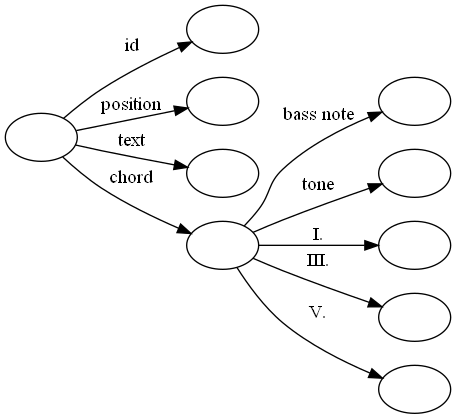
Ancsak01/szakdolgozat keeps this Graphviz diagram as szakdolgozat/images/img_src/rdf_graph_4.png. Above is the earlier version. Its source is kept beside it as szakdolgozat/images/img_src/rdf_graph_4.dot. Source of this version:
```dot
digraph g {
    rankdir=LR
    Segment [label=""]
    ID [label=""]
    Position [label=""]
    Text [label=""]
    Bass_note [label=""]
    Chord [label=""]
    Tone [label=""]
    Deg1 [label=""]
    Deg3 [label=""]
    Deg5 [label=""]
    Segment -> ID [label="id"]
    Segment -> Position [label="position"]
    Segment -> Text [label="text"]
    Segment -> Chord [label="chord"]
    Chord -> Tone [label="tone"]
    Chord -> Deg1 [label="I."]
    Chord -> Deg3 [label="III."]
    Chord -> Deg5 [label="V."]
    Chord -> Bass_note [label="bass note"]
}
```
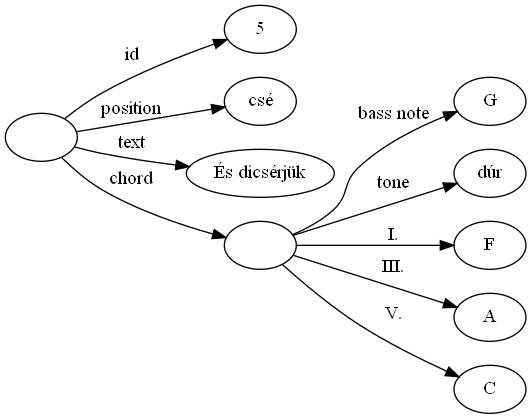
The same file after the commit.

Diff of the diagram source:
```diff
@@ -1,15 +1,15 @@
 digraph g {
     rankdir=LR
     Segment [label=""]
-    ID [label=""]
-    Position [label=""]
-    Text [label=""]
-    Bass_note [label=""]
+    ID [label="5"]
+    Position [label="csé"]
+    Text [label="És dicsérjük"]
+    Bass_note [label="G"]
     Chord [label=""]
-    Tone [label=""]
-    Deg1 [label=""]
-    Deg3 [label=""]
-    Deg5 [label=""]
+    Tone [label="dúr"]
+    Deg1 [label="F"]
+    Deg3 [label="A"]
+    Deg5 [label="C"]
     Segment -> ID [label="id"]
     Segment -> Position [label="position"]
     Segment -> Text [label="text"]
```
